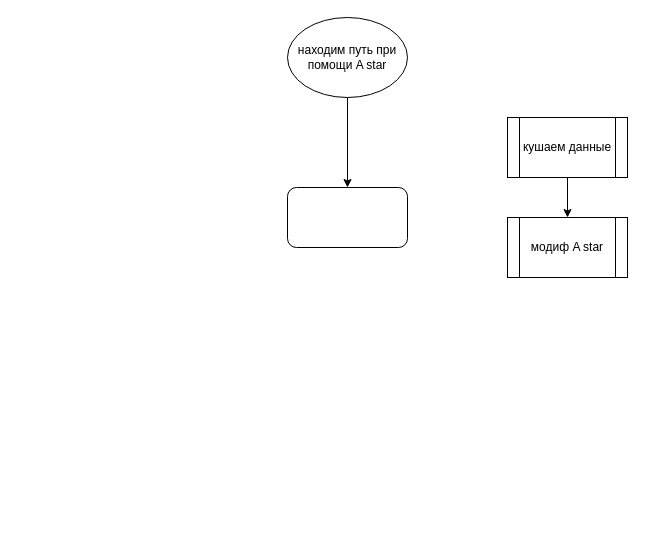
Above: Диаграмма без названия.drawio in rolstuncom/- (draw.io), before the change. Source tidied: cells renumbered, new cells numbered last; positions are measured from the earlier drawing's top-left corner, leaving out a move shared by most shapes. Both pictures are drawn from the tidied source at 100%, with x=0, y=0 at pixel (287, 17).
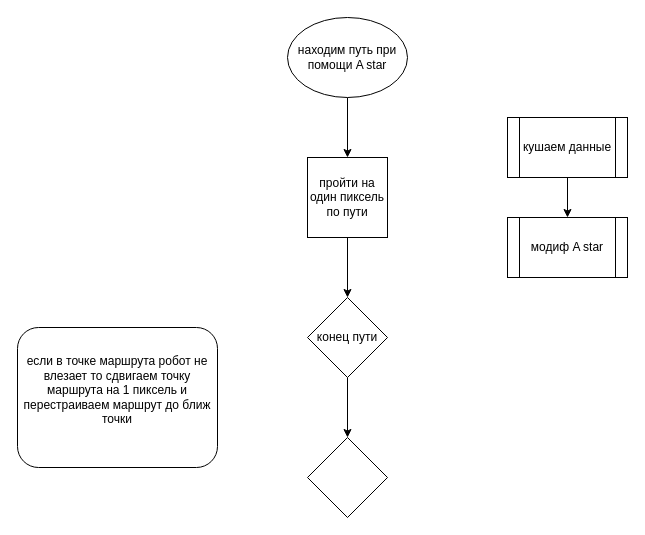
The same diagram, later.

Diff of the diagram source:
```diff
@@
 <mxGraphModel>
   <root>
     <mxCell id="0" />
     <mxCell id="1" parent="0" />
     <mxCell id="2" style="edgeStyle=orthogonalEdgeStyle;rounded=0;jettySize=auto;html=1;exitX=0.5;exitY=1;exitDx=0;exitDy=0;entryX=0.5;entryY=0;entryDx=0;entryDy=0;" parent="1" edge="1" source="3" target="4">
       <mxGeometry relative="1" as="geometry" />
     </mxCell>
     <mxCell id="3" value="кушаем данные" style="shape=process;whiteSpace=wrap;html=1;backgroundOutline=1;" parent="1" vertex="1">
       <mxGeometry x="220" y="100" width="120" height="60" as="geometry" />
     </mxCell>
     <mxCell id="4" value="модиф A star" style="shape=process;whiteSpace=wrap;html=1;backgroundOutline=1;" parent="1" vertex="1">
       <mxGeometry x="220" y="200" width="120" height="60" as="geometry" />
     </mxCell>
-    <mxCell id="5" style="edgeStyle=orthogonalEdgeStyle;rounded=0;jettySize=auto;html=1;" parent="1" edge="1" source="6" target="7">
-      <mxGeometry relative="1" as="geometry" />
-    </mxCell>
+    <mxCell id="8" style="edgeStyle=orthogonalEdgeStyle;rounded=0;jettySize=auto;html=1;" parent="1" edge="1" source="6" target="11">
+      <mxGeometry relative="1" as="geometry" />
+    </mxCell>
     <mxCell id="6" value="находим путь при помощи A star" style="ellipse;whiteSpace=wrap;html=1;" parent="1" vertex="1">
       <mxGeometry width="120" height="80" as="geometry" />
     </mxCell>
-    <mxCell id="7" style="rounded=1;whiteSpace=wrap;html=1;" parent="1" vertex="1">
-      <mxGeometry y="170" width="120" height="60" as="geometry" />
+    <mxCell id="7" value="если в точке маршрута робот не влезает то сдвигаем точку маршрута на 1 пиксель и перестраиваем маршрут до ближ точки&lt;div&gt;&lt;br&gt;&lt;/div&gt;" style="rounded=1;whiteSpace=wrap;html=1;" parent="1" vertex="1">
+      <mxGeometry x="-270" y="310" width="200" height="140" as="geometry" />
     </mxCell>
+    <mxCell id="9" style="rhombus;whiteSpace=wrap;html=1;" parent="1" vertex="1">
+      <mxGeometry x="20" y="420" width="80" height="80" as="geometry" />
+    </mxCell>
+    <mxCell id="10" style="edgeStyle=orthogonalEdgeStyle;rounded=0;jettySize=auto;html=1;" parent="1" edge="1" source="11" target="13">
+      <mxGeometry relative="1" as="geometry" />
+    </mxCell>
+    <mxCell id="11" value="пройти на один пиксель по пути" style="whiteSpace=wrap;html=1;" parent="1" vertex="1">
+      <mxGeometry x="20" y="140" width="80" height="80" as="geometry" />
+    </mxCell>
+    <mxCell id="12" style="edgeStyle=orthogonalEdgeStyle;rounded=0;jettySize=auto;html=1;" parent="1" edge="1" source="13" target="9">
+      <mxGeometry relative="1" as="geometry" />
+    </mxCell>
+    <mxCell id="13" value="конец пути" style="rhombus;whiteSpace=wrap;html=1;" parent="1" vertex="1">
+      <mxGeometry x="20" y="280" width="80" height="80" as="geometry" />
+    </mxCell>
   </root>
 </mxGraphModel>
```
